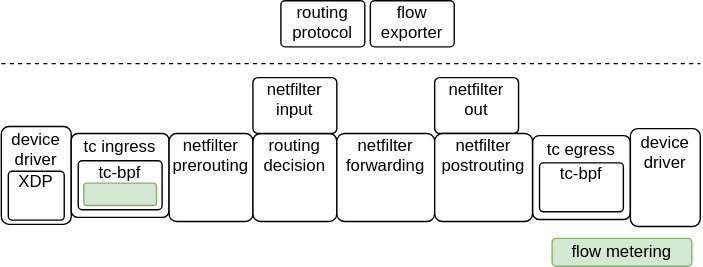
Above: img/linux_datapath.drawio.svg in ninilosso/linux-flow-exporter (draw.io), before the change. Source tidied: cells renumbered, new cells last; positions are measured from the earlier drawing's top-left corner, leaving out a move shared by most shapes.
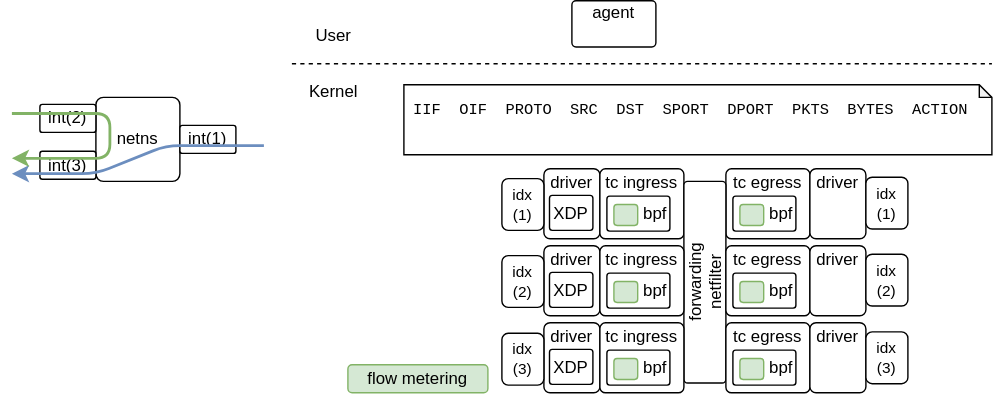
After the change.

Change to the diagram source:
```diff
@@ -2,62 +2,160 @@
   <root>
     <mxCell id="0" />
     <mxCell id="1" parent="0" />
-    <mxCell id="2" value="device&lt;br&gt;driver" style="rounded=1;whiteSpace=wrap;html=1;verticalAlign=top;arcSize=11;spacingTop=-4;" parent="1" vertex="1">
-      <mxGeometry y="90" width="50" height="70" as="geometry" />
+    <mxCell id="2" value="driver" style="rounded=1;whiteSpace=wrap;html=1;verticalAlign=top;arcSize=11;spacingTop=-4;" parent="1" vertex="1">
+      <mxGeometry x="330" y="240" width="40" height="50" as="geometry" />
     </mxCell>
     <mxCell id="3" value="tc ingress" style="rounded=1;whiteSpace=wrap;html=1;verticalAlign=top;arcSize=8;spacingTop=-4;" parent="1" vertex="1">
-      <mxGeometry x="50" y="95" width="70" height="60" as="geometry" />
+      <mxGeometry x="370" y="240" width="60" height="50" as="geometry" />
     </mxCell>
     <mxCell id="4" value="flow metering" style="rounded=1;whiteSpace=wrap;html=1;fillColor=#d5e8d4;strokeColor=#82b366;" parent="1" vertex="1">
-      <mxGeometry x="394" y="170" width="100" height="20" as="geometry" />
+      <mxGeometry x="190" y="380" width="100" height="20" as="geometry" />
     </mxCell>
-    <mxCell id="5" value="tc-bpf" style="rounded=1;whiteSpace=wrap;html=1;verticalAlign=top;arcSize=8;spacingTop=-6;" parent="1" vertex="1">
-      <mxGeometry x="55" y="114.5" width="60" height="35" as="geometry" />
+    <mxCell id="5" value="bpf" style="rounded=1;whiteSpace=wrap;html=1;verticalAlign=middle;arcSize=8;spacingTop=0;align=right;" parent="1" vertex="1">
+      <mxGeometry x="375" y="259.5" width="45" height="25" as="geometry" />
     </mxCell>
     <mxCell id="6" style="rounded=1;whiteSpace=wrap;html=1;fillColor=#d5e8d4;strokeColor=#82b366;" parent="1" vertex="1">
-      <mxGeometry x="59" y="130.5" width="52" height="16" as="geometry" />
+      <mxGeometry x="380" y="265.5" width="17" height="15" as="geometry" />
     </mxCell>
     <mxCell id="7" value="tc egress" style="rounded=1;whiteSpace=wrap;html=1;verticalAlign=top;arcSize=8;spacingTop=-4;" parent="1" vertex="1">
-      <mxGeometry x="380" y="96.5" width="70" height="60" as="geometry" />
+      <mxGeometry x="460" y="240" width="60" height="50" as="geometry" />
     </mxCell>
-    <mxCell id="8" value="tc-bpf" style="rounded=1;whiteSpace=wrap;html=1;verticalAlign=top;arcSize=8;spacingTop=-6;" parent="1" vertex="1">
-      <mxGeometry x="385" y="116" width="60" height="35" as="geometry" />
+    <mxCell id="8" value="bpf" style="rounded=1;whiteSpace=wrap;html=1;verticalAlign=middle;arcSize=8;spacingTop=0;align=right;" parent="1" vertex="1">
+      <mxGeometry x="465" y="259.5" width="45" height="25" as="geometry" />
     </mxCell>
-    <mxCell id="9" value="XDP" style="rounded=1;whiteSpace=wrap;html=1;verticalAlign=top;arcSize=8;spacingTop=-6;" parent="1" vertex="1">
-      <mxGeometry x="5" y="122" width="40" height="35" as="geometry" />
+    <mxCell id="9" value="XDP" style="rounded=1;whiteSpace=wrap;html=1;verticalAlign=middle;arcSize=8;spacingTop=0;align=center;" parent="1" vertex="1">
+      <mxGeometry x="334" y="259" width="31" height="25" as="geometry" />
     </mxCell>
-    <mxCell id="10" value="netfilter&lt;br&gt;prerouting" style="rounded=1;whiteSpace=wrap;html=1;arcSize=9;verticalAlign=top;spacingTop=-5;" parent="1" vertex="1">
-      <mxGeometry x="120" y="95" width="60" height="63" as="geometry" />
-    </mxCell>
-    <mxCell id="11" value="routing&lt;br&gt;decision" style="rounded=1;whiteSpace=wrap;html=1;arcSize=9;verticalAlign=top;spacingTop=-5;" parent="1" vertex="1">
-      <mxGeometry x="180" y="95" width="60" height="63" as="geometry" />
-    </mxCell>
-    <mxCell id="12" value="netfilter&lt;br&gt;forwarding" style="rounded=1;whiteSpace=wrap;html=1;arcSize=9;verticalAlign=top;spacingTop=-5;" parent="1" vertex="1">
-      <mxGeometry x="240" y="95" width="70" height="63" as="geometry" />
+    <mxCell id="12" value="forwarding&lt;br&gt;netfilter" style="rounded=1;whiteSpace=wrap;html=1;arcSize=9;verticalAlign=top;spacingTop=-5;horizontal=0;" parent="1" vertex="1">
+      <mxGeometry x="430" y="249" width="30" height="144" as="geometry" />
     </mxCell>
-    <mxCell id="13" value="netfilter&lt;br&gt;input" style="rounded=1;whiteSpace=wrap;html=1;arcSize=9;verticalAlign=top;spacingTop=-5;" parent="1" vertex="1">
-      <mxGeometry x="180" y="55" width="60" height="40" as="geometry" />
-    </mxCell>
-    <mxCell id="14" value="routing&lt;br&gt;protocol" style="rounded=1;whiteSpace=wrap;html=1;arcSize=9;verticalAlign=top;spacingTop=-5;" parent="1" vertex="1">
-      <mxGeometry x="200" width="60" height="33" as="geometry" />
+    <mxCell id="14" value="agent" style="rounded=1;whiteSpace=wrap;html=1;arcSize=9;verticalAlign=top;spacingTop=-5;" parent="1" vertex="1">
+      <mxGeometry x="350" y="120" width="60" height="33" as="geometry" />
     </mxCell>
-    <mxCell id="15" value="netfilter&lt;br&gt;out" style="rounded=1;whiteSpace=wrap;html=1;arcSize=9;verticalAlign=top;spacingTop=-5;" parent="1" vertex="1">
-      <mxGeometry x="310" y="55" width="60" height="40" as="geometry" />
-    </mxCell>
-    <mxCell id="16" value="netfilter&lt;br&gt;postrouting" style="rounded=1;whiteSpace=wrap;html=1;arcSize=9;verticalAlign=top;spacingTop=-5;" parent="1" vertex="1">
-      <mxGeometry x="310" y="95" width="70" height="63" as="geometry" />
-    </mxCell>
-    <mxCell id="17" value="device&lt;br&gt;driver" style="rounded=1;whiteSpace=wrap;html=1;verticalAlign=top;arcSize=11;spacingTop=-4;" parent="1" vertex="1">
-      <mxGeometry x="450" y="91.5" width="50" height="70" as="geometry" />
+    <mxCell id="17" value="driver" style="rounded=1;whiteSpace=wrap;html=1;verticalAlign=top;arcSize=11;spacingTop=-4;" parent="1" vertex="1">
+      <mxGeometry x="520" y="240" width="40" height="50" as="geometry" />
     </mxCell>
-    <mxCell id="18" value="flow&lt;br&gt;exporter" style="rounded=1;whiteSpace=wrap;html=1;arcSize=9;verticalAlign=top;spacingTop=-5;" parent="1" vertex="1">
-      <mxGeometry x="264" width="60" height="33" as="geometry" />
-    </mxCell>
     <mxCell id="19" style="endArrow=none;dashed=1;html=1;" parent="1" edge="1">
       <mxGeometry relative="1" as="geometry">
-        <mxPoint y="45" as="sourcePoint" />
-        <mxPoint x="500" y="45" as="targetPoint" />
+        <mxPoint x="150" y="165" as="sourcePoint" />
+        <mxPoint x="650" y="165" as="targetPoint" />
       </mxGeometry>
     </mxCell>
+    <mxCell id="20" value="Kernel" style="text;html=1;strokeColor=none;fillColor=none;align=center;verticalAlign=middle;whiteSpace=wrap;rounded=0;" parent="1" vertex="1">
+      <mxGeometry x="150" y="170" width="60" height="30" as="geometry" />
+    </mxCell>
+    <mxCell id="21" value="User" style="text;html=1;strokeColor=none;fillColor=none;align=center;verticalAlign=middle;whiteSpace=wrap;rounded=0;" parent="1" vertex="1">
+      <mxGeometry x="150" y="130" width="60" height="30" as="geometry" />
+    </mxCell>
+    <mxCell id="22" value="&lt;p&gt;&lt;font style=&quot;font-size: 11px&quot; face=&quot;Courier New&quot;&gt;IIF&amp;nbsp; OIF&amp;nbsp; PROTO&amp;nbsp; SRC&amp;nbsp; DST&amp;nbsp; SPORT&amp;nbsp; DPORT&amp;nbsp; PKTS&amp;nbsp; BYTES&amp;nbsp; ACTION&lt;br&gt;&lt;br&gt;&lt;/font&gt;&lt;/p&gt;" style="shape=note;whiteSpace=wrap;html=1;backgroundOutline=1;darkOpacity=0.05;align=left;size=9;spacingLeft=5;" parent="1" vertex="1">
+      <mxGeometry x="230" y="180" width="420" height="50" as="geometry" />
+    </mxCell>
+    <mxCell id="23" value="driver" style="rounded=1;whiteSpace=wrap;html=1;verticalAlign=top;arcSize=11;spacingTop=-4;" parent="1" vertex="1">
+      <mxGeometry x="330" y="295" width="40" height="50" as="geometry" />
+    </mxCell>
+    <mxCell id="24" value="tc ingress" style="rounded=1;whiteSpace=wrap;html=1;verticalAlign=top;arcSize=8;spacingTop=-4;" parent="1" vertex="1">
+      <mxGeometry x="370" y="295" width="60" height="50" as="geometry" />
+    </mxCell>
+    <mxCell id="25" value="bpf" style="rounded=1;whiteSpace=wrap;html=1;verticalAlign=middle;arcSize=8;spacingTop=0;align=right;" parent="1" vertex="1">
+      <mxGeometry x="375" y="314.5" width="45" height="25" as="geometry" />
+    </mxCell>
+    <mxCell id="26" style="rounded=1;whiteSpace=wrap;html=1;fillColor=#d5e8d4;strokeColor=#82b366;" parent="1" vertex="1">
+      <mxGeometry x="380" y="320.5" width="17" height="15" as="geometry" />
+    </mxCell>
+    <mxCell id="27" value="XDP" style="rounded=1;whiteSpace=wrap;html=1;verticalAlign=middle;arcSize=8;spacingTop=0;align=center;" parent="1" vertex="1">
+      <mxGeometry x="334" y="314" width="31" height="25" as="geometry" />
+    </mxCell>
+    <mxCell id="28" value="driver" style="rounded=1;whiteSpace=wrap;html=1;verticalAlign=top;arcSize=11;spacingTop=-4;" parent="1" vertex="1">
+      <mxGeometry x="330" y="350" width="40" height="50" as="geometry" />
+    </mxCell>
+    <mxCell id="29" value="tc ingress" style="rounded=1;whiteSpace=wrap;html=1;verticalAlign=top;arcSize=8;spacingTop=-4;" parent="1" vertex="1">
+      <mxGeometry x="370" y="350" width="60" height="50" as="geometry" />
+    </mxCell>
+    <mxCell id="30" value="bpf" style="rounded=1;whiteSpace=wrap;html=1;verticalAlign=middle;arcSize=8;spacingTop=0;align=right;" parent="1" vertex="1">
+      <mxGeometry x="375" y="369.5" width="45" height="25" as="geometry" />
+    </mxCell>
+    <mxCell id="31" style="rounded=1;whiteSpace=wrap;html=1;fillColor=#d5e8d4;strokeColor=#82b366;" parent="1" vertex="1">
+      <mxGeometry x="380" y="375.5" width="17" height="15" as="geometry" />
+    </mxCell>
+    <mxCell id="32" value="XDP" style="rounded=1;whiteSpace=wrap;html=1;verticalAlign=middle;arcSize=8;spacingTop=0;align=center;" parent="1" vertex="1">
+      <mxGeometry x="334" y="369" width="31" height="25" as="geometry" />
+    </mxCell>
+    <mxCell id="33" value="tc egress" style="rounded=1;whiteSpace=wrap;html=1;verticalAlign=top;arcSize=8;spacingTop=-4;" parent="1" vertex="1">
+      <mxGeometry x="460" y="295" width="60" height="50" as="geometry" />
+    </mxCell>
+    <mxCell id="34" value="bpf" style="rounded=1;whiteSpace=wrap;html=1;verticalAlign=middle;arcSize=8;spacingTop=0;align=right;" parent="1" vertex="1">
+      <mxGeometry x="465" y="314.5" width="45" height="25" as="geometry" />
+    </mxCell>
+    <mxCell id="35" value="driver" style="rounded=1;whiteSpace=wrap;html=1;verticalAlign=top;arcSize=11;spacingTop=-4;" parent="1" vertex="1">
+      <mxGeometry x="520" y="295" width="40" height="50" as="geometry" />
+    </mxCell>
+    <mxCell id="36" value="tc egress" style="rounded=1;whiteSpace=wrap;html=1;verticalAlign=top;arcSize=8;spacingTop=-4;" parent="1" vertex="1">
+      <mxGeometry x="460" y="350" width="60" height="50" as="geometry" />
+    </mxCell>
+    <mxCell id="37" value="bpf" style="rounded=1;whiteSpace=wrap;html=1;verticalAlign=middle;arcSize=8;spacingTop=0;align=right;" parent="1" vertex="1">
+      <mxGeometry x="465" y="369.5" width="45" height="25" as="geometry" />
+    </mxCell>
+    <mxCell id="38" value="driver" style="rounded=1;whiteSpace=wrap;html=1;verticalAlign=top;arcSize=11;spacingTop=-4;" parent="1" vertex="1">
+      <mxGeometry x="520" y="350" width="40" height="50" as="geometry" />
+    </mxCell>
+    <mxCell id="39" value="idx&lt;br&gt;(1)" style="rounded=1;whiteSpace=wrap;html=1;fontFamily=Helvetica;fontSize=11;" parent="1" vertex="1">
+      <mxGeometry x="300" y="247" width="30" height="37" as="geometry" />
+    </mxCell>
+    <mxCell id="40" value="idx&lt;br&gt;(1)" style="rounded=1;whiteSpace=wrap;html=1;fontFamily=Helvetica;fontSize=11;" parent="1" vertex="1">
+      <mxGeometry x="560" y="246" width="30" height="37" as="geometry" />
+    </mxCell>
+    <mxCell id="41" value="idx&lt;br&gt;(2)" style="rounded=1;whiteSpace=wrap;html=1;fontFamily=Helvetica;fontSize=11;" parent="1" vertex="1">
+      <mxGeometry x="300" y="302" width="30" height="37" as="geometry" />
+    </mxCell>
+    <mxCell id="42" value="idx&lt;br&gt;(2)" style="rounded=1;whiteSpace=wrap;html=1;fontFamily=Helvetica;fontSize=11;" parent="1" vertex="1">
+      <mxGeometry x="560" y="301" width="30" height="37" as="geometry" />
+    </mxCell>
+    <mxCell id="43" value="idx&lt;br&gt;(3)" style="rounded=1;whiteSpace=wrap;html=1;fontFamily=Helvetica;fontSize=11;" parent="1" vertex="1">
+      <mxGeometry x="300" y="357.5" width="30" height="37" as="geometry" />
+    </mxCell>
+    <mxCell id="44" value="idx&lt;br&gt;(3)" style="rounded=1;whiteSpace=wrap;html=1;fontFamily=Helvetica;fontSize=11;" parent="1" vertex="1">
+      <mxGeometry x="560" y="356.5" width="30" height="37" as="geometry" />
+    </mxCell>
+    <mxCell id="45" value="netns" style="rounded=1;whiteSpace=wrap;html=1;arcSize=9;verticalAlign=middle;spacingTop=0;" parent="1" vertex="1">
+      <mxGeometry x="10" y="189" width="60" height="60" as="geometry" />
+    </mxCell>
+    <mxCell id="46" value="int(2)" style="rounded=1;whiteSpace=wrap;html=1;arcSize=9;verticalAlign=middle;spacingTop=0;" parent="1" vertex="1">
+      <mxGeometry x="-30" y="194" width="40" height="20" as="geometry" />
+    </mxCell>
+    <mxCell id="47" value="int(3)" style="rounded=1;whiteSpace=wrap;html=1;arcSize=9;verticalAlign=middle;spacingTop=0;" parent="1" vertex="1">
+      <mxGeometry x="-30" y="227.5" width="40" height="20" as="geometry" />
+    </mxCell>
+    <mxCell id="48" value="int(1)" style="rounded=1;whiteSpace=wrap;html=1;arcSize=9;verticalAlign=middle;spacingTop=0;" parent="1" vertex="1">
+      <mxGeometry x="70" y="209" width="40" height="20" as="geometry" />
+    </mxCell>
+    <mxCell id="49" style="endArrow=classic;html=1;fontFamily=Helvetica;fontSize=11;strokeWidth=2;fillColor=#dae8fc;strokeColor=#6c8ebf;" parent="1" edge="1">
+      <mxGeometry relative="1" as="geometry">
+        <mxPoint x="130" y="223.5" as="sourcePoint" />
+        <mxPoint x="-50" y="243.5" as="targetPoint" />
+        <Array as="points">
+          <mxPoint x="60" y="223.5" />
+          <mxPoint x="10" y="243.5" />
+        </Array>
+      </mxGeometry>
+    </mxCell>
+    <mxCell id="50" style="endArrow=classic;html=1;fontFamily=Helvetica;fontSize=11;strokeWidth=2;fillColor=#d5e8d4;strokeColor=#82b366;" parent="1" edge="1">
+      <mxGeometry relative="1" as="geometry">
+        <mxPoint x="-50" y="200.5" as="sourcePoint" />
+        <mxPoint x="-50" y="232.5" as="targetPoint" />
+        <Array as="points">
+          <mxPoint x="20" y="200.5" />
+          <mxPoint x="20" y="232.5" />
+        </Array>
+      </mxGeometry>
+    </mxCell>
+    <mxCell id="51" style="rounded=1;whiteSpace=wrap;html=1;fillColor=#d5e8d4;strokeColor=#82b366;" parent="1" vertex="1">
+      <mxGeometry x="470" y="375.5" width="17" height="15" as="geometry" />
+    </mxCell>
+    <mxCell id="52" style="rounded=1;whiteSpace=wrap;html=1;fillColor=#d5e8d4;strokeColor=#82b366;" parent="1" vertex="1">
+      <mxGeometry x="470" y="320.5" width="17" height="15" as="geometry" />
+    </mxCell>
+    <mxCell id="53" style="rounded=1;whiteSpace=wrap;html=1;fillColor=#d5e8d4;strokeColor=#82b366;" parent="1" vertex="1">
+      <mxGeometry x="470" y="265.5" width="17" height="15" as="geometry" />
+    </mxCell>
   </root>
 </mxGraphModel>
```
